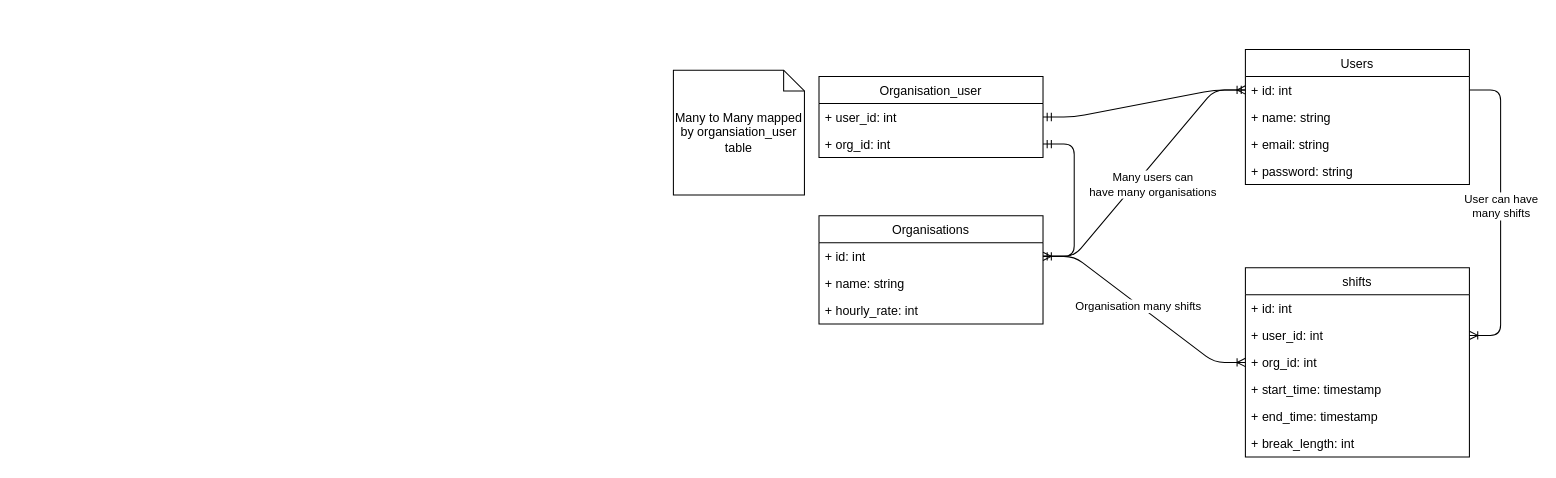
Jezdufourq/tanda-tech-test keeps this draw.io diagram as uml.drawio. Above is the earlier version. Source tidied: cells renumbered, new cells numbered last; positions are measured from the earlier drawing's top-left corner, leaving out a move shared by most shapes. Both pictures are drawn from the tidied source at 104%, with x=0, y=0 at pixel (673, 49).
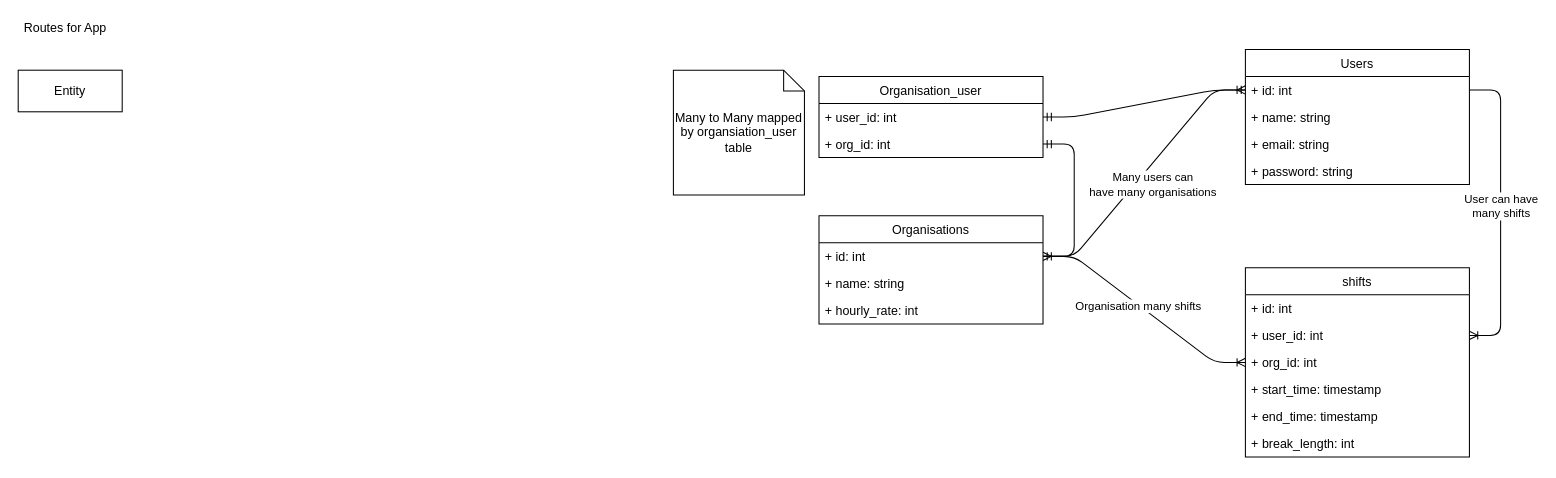
The same page after the edit.

Change to the diagram source:
```diff
@@
+    <mxCell id="30" value="Entity" style="whiteSpace=wrap;html=1;align=center;" parent="1" vertex="1">
+      <mxGeometry x="-630" y="20" width="100" height="40" as="geometry" />
+    </mxCell>
+    <mxCell id="31" value="Routes for App" style="text;html=1;align=center;verticalAlign=middle;strokeColor=none;" parent="1" vertex="1">
+      <mxGeometry x="-630" y="-30" width="90" height="20" as="geometry" />
+    </mxCell>
```
